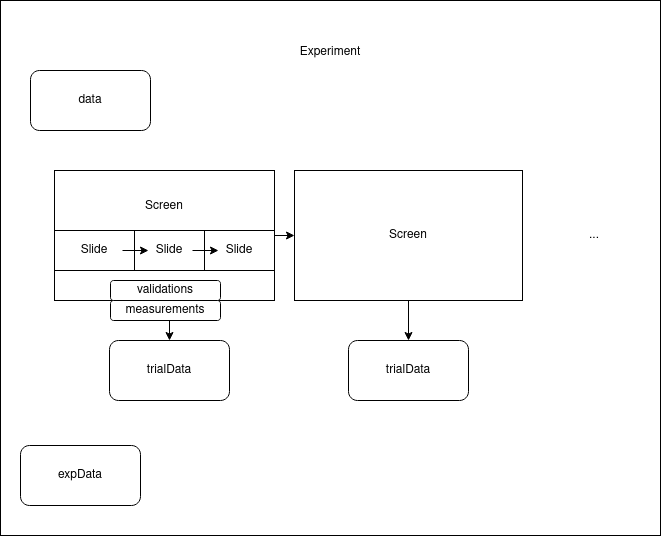
Before: docs/images/getting_started/experiments_schema.png, a diagram exported from draw.io (magpie-ea/magpie-v3-docs). Source tidied: cells renumbered, new cells last; positions are measured from the earlier drawing's top-left corner, leaving out a move shared by most shapes. Source of this version:
```xml
<mxGraphModel>
  <root>
    <mxCell id="0" />
    <mxCell id="1" parent="0" />
    <mxCell id="2" value="&lt;div&gt;Experiment&lt;/div&gt;&lt;div&gt;&lt;br&gt;&lt;/div&gt;&lt;div&gt;&lt;br&gt;&lt;/div&gt;&lt;div&gt;&lt;br&gt;&lt;/div&gt;&lt;div&gt;&lt;br&gt;&lt;/div&gt;&lt;div&gt;&lt;br&gt;&lt;/div&gt;&lt;div&gt;&lt;br&gt;&lt;/div&gt;&lt;div&gt;&lt;br&gt;&lt;/div&gt;&lt;div&gt;&lt;br&gt;&lt;/div&gt;&lt;div&gt;&lt;br&gt;&lt;/div&gt;&lt;div&gt;&lt;br&gt;&lt;/div&gt;&lt;div&gt;&lt;br&gt;&lt;/div&gt;&lt;div&gt;&lt;br&gt;&lt;/div&gt;&lt;div&gt;&lt;br&gt;&lt;/div&gt;&lt;div&gt;&lt;br&gt;&lt;/div&gt;&lt;div&gt;&lt;br&gt;&lt;/div&gt;&lt;div&gt;&lt;br&gt;&lt;/div&gt;&lt;div&gt;&lt;br&gt;&lt;/div&gt;&lt;div&gt;&lt;br&gt;&lt;/div&gt;&lt;div&gt;&lt;br&gt;&lt;/div&gt;&lt;div&gt;&lt;br&gt;&lt;/div&gt;&lt;div&gt;&lt;br&gt;&lt;/div&gt;&lt;div&gt;&lt;br&gt;&lt;/div&gt;&lt;div&gt;&lt;br&gt;&lt;/div&gt;&lt;div&gt;&lt;br&gt;&lt;/div&gt;&lt;div&gt;&lt;br&gt;&lt;/div&gt;&lt;div&gt;&lt;br&gt;&lt;/div&gt;&lt;div&gt;&lt;br&gt;&lt;/div&gt;&lt;div&gt;&lt;br&gt;&lt;/div&gt;&lt;div&gt;&lt;br&gt;&lt;/div&gt;&lt;div&gt;&lt;br&gt;&lt;/div&gt;" style="rounded=0;whiteSpace=wrap;html=1;" parent="1" vertex="1">
      <mxGeometry width="660" height="535" as="geometry" />
    </mxCell>
    <mxCell id="3" style="edgeStyle=orthogonalEdgeStyle;rounded=0;jettySize=auto;html=1;exitX=0.5;exitY=1;exitDx=0;exitDy=0;entryX=0.5;entryY=0;entryDx=0;entryDy=0;" parent="1" edge="1" source="4" target="16">
      <mxGeometry relative="1" as="geometry" />
    </mxCell>
    <mxCell id="4" value="Screen" style="rounded=0;whiteSpace=wrap;html=1;" parent="1" vertex="1">
      <mxGeometry x="294" y="170" width="228" height="130" as="geometry" />
    </mxCell>
    <mxCell id="5" value="trialData" style="rounded=1;whiteSpace=wrap;html=1;" parent="1" vertex="1">
      <mxGeometry x="109" y="340" width="120" height="60" as="geometry" />
    </mxCell>
    <mxCell id="6" value="data" style="rounded=1;whiteSpace=wrap;html=1;" parent="1" vertex="1">
      <mxGeometry x="30" y="70" width="120" height="60" as="geometry" />
    </mxCell>
    <mxCell id="7" style="edgeStyle=orthogonalEdgeStyle;rounded=0;jettySize=auto;html=1;exitX=1;exitY=0.5;exitDx=0;exitDy=0;entryX=0;entryY=0.5;entryDx=0;entryDy=0;" parent="1" edge="1" source="8" target="4">
      <mxGeometry relative="1" as="geometry" />
    </mxCell>
    <mxCell id="8" value="&lt;div&gt;Screen&lt;/div&gt;&lt;div&gt;&lt;br&gt;&lt;/div&gt;&lt;div&gt;&lt;br&gt;&lt;/div&gt;&lt;div&gt;&lt;br&gt;&lt;/div&gt;&lt;div&gt;&lt;br&gt;&lt;/div&gt;" style="rounded=0;whiteSpace=wrap;html=1;" parent="1" vertex="1">
      <mxGeometry x="54" y="170" width="220" height="130" as="geometry" />
    </mxCell>
    <mxCell id="9" value="Slide" style="rounded=0;whiteSpace=wrap;html=1;" parent="1" vertex="1">
      <mxGeometry x="54" y="230" width="80" height="40" as="geometry" />
    </mxCell>
    <mxCell id="10" value="Slide" style="rounded=0;whiteSpace=wrap;html=1;" parent="1" vertex="1">
      <mxGeometry x="134" y="230" width="70" height="40" as="geometry" />
    </mxCell>
    <mxCell id="11" value="Slide" style="rounded=0;whiteSpace=wrap;html=1;" parent="1" vertex="1">
      <mxGeometry x="204" y="230" width="70" height="40" as="geometry" />
    </mxCell>
    <mxCell id="12" style="edgeStyle=orthogonalEdgeStyle;rounded=0;jettySize=auto;html=1;exitX=0.5;exitY=1;exitDx=0;exitDy=0;entryX=0.5;entryY=0;entryDx=0;entryDy=0;" parent="1" edge="1" source="13" target="5">
      <mxGeometry relative="1" as="geometry" />
    </mxCell>
    <mxCell id="13" value="measurements" style="rounded=1;whiteSpace=wrap;html=1;" parent="1" vertex="1">
      <mxGeometry x="110" y="300" width="110" height="20" as="geometry" />
    </mxCell>
    <mxCell id="14" value="validations" style="rounded=1;whiteSpace=wrap;html=1;" parent="1" vertex="1">
      <mxGeometry x="110" y="280" width="110" height="20" as="geometry" />
    </mxCell>
    <mxCell id="15" value="&lt;div&gt;expData&lt;/div&gt;" style="rounded=1;whiteSpace=wrap;html=1;" parent="1" vertex="1">
      <mxGeometry x="20" y="445" width="120" height="60" as="geometry" />
    </mxCell>
    <mxCell id="16" value="trialData" style="rounded=1;whiteSpace=wrap;html=1;" parent="1" vertex="1">
      <mxGeometry x="348" y="340" width="120" height="60" as="geometry" />
    </mxCell>
    <mxCell id="17" value="..." style="text;html=1;strokeColor=none;fillColor=none;align=center;verticalAlign=middle;whiteSpace=wrap;rounded=0;" parent="1" vertex="1">
      <mxGeometry x="574" y="225" width="40" height="20" as="geometry" />
    </mxCell>
    <mxCell id="18" style="endArrow=classic;html=1;" parent="1" edge="1">
      <mxGeometry relative="1" as="geometry">
        <mxPoint x="122" y="250" as="sourcePoint" />
        <mxPoint x="148" y="250" as="targetPoint" />
      </mxGeometry>
    </mxCell>
    <mxCell id="19" style="endArrow=classic;html=1;" parent="1" edge="1">
      <mxGeometry relative="1" as="geometry">
        <mxPoint x="192" y="250" as="sourcePoint" />
        <mxPoint x="218" y="250" as="targetPoint" />
      </mxGeometry>
    </mxCell>
  </root>
</mxGraphModel>
```
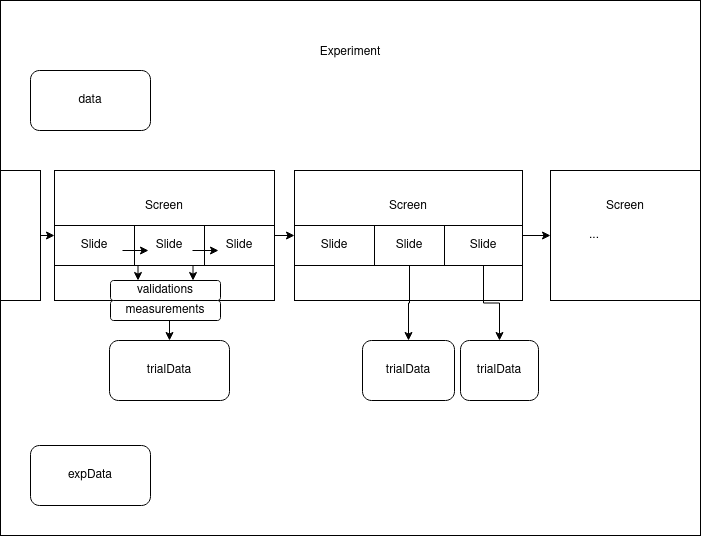
After the change.

Commit message:
Basics: More details and update schema

What changed in the source:
```diff
@@ -3,12 +3,9 @@
     <mxCell id="0" />
     <mxCell id="1" parent="0" />
     <mxCell id="2" value="&lt;div&gt;Experiment&lt;/div&gt;&lt;div&gt;&lt;br&gt;&lt;/div&gt;&lt;div&gt;&lt;br&gt;&lt;/div&gt;&lt;div&gt;&lt;br&gt;&lt;/div&gt;&lt;div&gt;&lt;br&gt;&lt;/div&gt;&lt;div&gt;&lt;br&gt;&lt;/div&gt;&lt;div&gt;&lt;br&gt;&lt;/div&gt;&lt;div&gt;&lt;br&gt;&lt;/div&gt;&lt;div&gt;&lt;br&gt;&lt;/div&gt;&lt;div&gt;&lt;br&gt;&lt;/div&gt;&lt;div&gt;&lt;br&gt;&lt;/div&gt;&lt;div&gt;&lt;br&gt;&lt;/div&gt;&lt;div&gt;&lt;br&gt;&lt;/div&gt;&lt;div&gt;&lt;br&gt;&lt;/div&gt;&lt;div&gt;&lt;br&gt;&lt;/div&gt;&lt;div&gt;&lt;br&gt;&lt;/div&gt;&lt;div&gt;&lt;br&gt;&lt;/div&gt;&lt;div&gt;&lt;br&gt;&lt;/div&gt;&lt;div&gt;&lt;br&gt;&lt;/div&gt;&lt;div&gt;&lt;br&gt;&lt;/div&gt;&lt;div&gt;&lt;br&gt;&lt;/div&gt;&lt;div&gt;&lt;br&gt;&lt;/div&gt;&lt;div&gt;&lt;br&gt;&lt;/div&gt;&lt;div&gt;&lt;br&gt;&lt;/div&gt;&lt;div&gt;&lt;br&gt;&lt;/div&gt;&lt;div&gt;&lt;br&gt;&lt;/div&gt;&lt;div&gt;&lt;br&gt;&lt;/div&gt;&lt;div&gt;&lt;br&gt;&lt;/div&gt;&lt;div&gt;&lt;br&gt;&lt;/div&gt;&lt;div&gt;&lt;br&gt;&lt;/div&gt;&lt;div&gt;&lt;br&gt;&lt;/div&gt;" style="rounded=0;whiteSpace=wrap;html=1;" parent="1" vertex="1">
-      <mxGeometry width="660" height="535" as="geometry" />
+      <mxGeometry width="700" height="535" as="geometry" />
     </mxCell>
-    <mxCell id="3" style="edgeStyle=orthogonalEdgeStyle;rounded=0;jettySize=auto;html=1;exitX=0.5;exitY=1;exitDx=0;exitDy=0;entryX=0.5;entryY=0;entryDx=0;entryDy=0;" parent="1" edge="1" source="4" target="16">
-      <mxGeometry relative="1" as="geometry" />
-    </mxCell>
-    <mxCell id="4" value="Screen" style="rounded=0;whiteSpace=wrap;html=1;" parent="1" vertex="1">
+    <mxCell id="4" value="&lt;div&gt;Screen&lt;/div&gt;&lt;div&gt;&lt;br&gt;&lt;/div&gt;&lt;div&gt;&lt;br&gt;&lt;/div&gt;&lt;div&gt;&lt;br&gt;&lt;/div&gt;&lt;div&gt;&lt;br&gt;&lt;/div&gt;" style="rounded=0;whiteSpace=wrap;html=1;" parent="1" vertex="1">
       <mxGeometry x="294" y="170" width="228" height="130" as="geometry" />
     </mxCell>
     <mxCell id="5" value="trialData" style="rounded=1;whiteSpace=wrap;html=1;" parent="1" vertex="1">
@@ -24,13 +21,13 @@
       <mxGeometry x="54" y="170" width="220" height="130" as="geometry" />
     </mxCell>
     <mxCell id="9" value="Slide" style="rounded=0;whiteSpace=wrap;html=1;" parent="1" vertex="1">
-      <mxGeometry x="54" y="230" width="80" height="40" as="geometry" />
+      <mxGeometry x="54" y="225" width="80" height="40" as="geometry" />
     </mxCell>
     <mxCell id="10" value="Slide" style="rounded=0;whiteSpace=wrap;html=1;" parent="1" vertex="1">
-      <mxGeometry x="134" y="230" width="70" height="40" as="geometry" />
+      <mxGeometry x="134" y="225" width="70" height="40" as="geometry" />
     </mxCell>
     <mxCell id="11" value="Slide" style="rounded=0;whiteSpace=wrap;html=1;" parent="1" vertex="1">
-      <mxGeometry x="204" y="230" width="70" height="40" as="geometry" />
+      <mxGeometry x="204" y="225" width="70" height="40" as="geometry" />
     </mxCell>
     <mxCell id="12" style="edgeStyle=orthogonalEdgeStyle;rounded=0;jettySize=auto;html=1;exitX=0.5;exitY=1;exitDx=0;exitDy=0;entryX=0.5;entryY=0;entryDx=0;entryDy=0;" parent="1" edge="1" source="13" target="5">
       <mxGeometry relative="1" as="geometry" />
@@ -42,14 +39,8 @@
       <mxGeometry x="110" y="280" width="110" height="20" as="geometry" />
     </mxCell>
     <mxCell id="15" value="&lt;div&gt;expData&lt;/div&gt;" style="rounded=1;whiteSpace=wrap;html=1;" parent="1" vertex="1">
-      <mxGeometry x="20" y="445" width="120" height="60" as="geometry" />
+      <mxGeometry x="30" y="445" width="120" height="60" as="geometry" />
     </mxCell>
-    <mxCell id="16" value="trialData" style="rounded=1;whiteSpace=wrap;html=1;" parent="1" vertex="1">
-      <mxGeometry x="348" y="340" width="120" height="60" as="geometry" />
-    </mxCell>
-    <mxCell id="17" value="..." style="text;html=1;strokeColor=none;fillColor=none;align=center;verticalAlign=middle;whiteSpace=wrap;rounded=0;" parent="1" vertex="1">
-      <mxGeometry x="574" y="225" width="40" height="20" as="geometry" />
-    </mxCell>
     <mxCell id="18" style="endArrow=classic;html=1;" parent="1" edge="1">
       <mxGeometry relative="1" as="geometry">
         <mxPoint x="122" y="250" as="sourcePoint" />
@@ -62,5 +53,47 @@
         <mxPoint x="218" y="250" as="targetPoint" />
       </mxGeometry>
     </mxCell>
+    <mxCell id="20" value="Slide" style="rounded=0;whiteSpace=wrap;html=1;" parent="1" vertex="1">
+      <mxGeometry x="294" y="225" width="80" height="40" as="geometry" />
+    </mxCell>
+    <mxCell id="21" value="Slide" style="rounded=0;whiteSpace=wrap;html=1;" parent="1" vertex="1">
+      <mxGeometry x="374" y="225" width="70" height="40" as="geometry" />
+    </mxCell>
+    <mxCell id="22" value="Slide" style="rounded=0;whiteSpace=wrap;html=1;" parent="1" vertex="1">
+      <mxGeometry x="444" y="225" width="78" height="40" as="geometry" />
+    </mxCell>
+    <mxCell id="3" style="edgeStyle=orthogonalEdgeStyle;rounded=0;jettySize=auto;html=1;entryX=0.5;entryY=0;entryDx=0;entryDy=0;exitX=0.5;exitY=1;exitDx=0;exitDy=0;" parent="1" edge="1" source="21" target="16">
+      <mxGeometry relative="1" as="geometry" />
+    </mxCell>
+    <mxCell id="23" style="edgeStyle=orthogonalEdgeStyle;rounded=0;jettySize=auto;html=1;exitX=0.5;exitY=1;exitDx=0;exitDy=0;" parent="1" edge="1" source="22" target="24">
+      <mxGeometry relative="1" as="geometry" />
+    </mxCell>
+    <mxCell id="24" value="trialData" style="rounded=1;whiteSpace=wrap;html=1;" parent="1" vertex="1">
+      <mxGeometry x="460" y="340" width="78" height="60" as="geometry" />
+    </mxCell>
+    <mxCell id="16" value="trialData" style="rounded=1;whiteSpace=wrap;html=1;" parent="1" vertex="1">
+      <mxGeometry x="362" y="340" width="92" height="60" as="geometry" />
+    </mxCell>
+    <mxCell id="25" value="&lt;div&gt;Screen&lt;/div&gt;&lt;div&gt;&lt;br&gt;&lt;/div&gt;&lt;div&gt;&lt;br&gt;&lt;/div&gt;&lt;div&gt;&lt;br&gt;&lt;/div&gt;&lt;div&gt;&lt;br&gt;&lt;/div&gt;" style="rounded=0;whiteSpace=wrap;html=1;" parent="1" vertex="1">
+      <mxGeometry x="550" y="170" width="150" height="130" as="geometry" />
+    </mxCell>
+    <mxCell id="17" value="..." style="text;html=1;strokeColor=none;fillColor=none;align=center;verticalAlign=middle;whiteSpace=wrap;rounded=0;" parent="1" vertex="1">
+      <mxGeometry x="574" y="225" width="40" height="20" as="geometry" />
+    </mxCell>
+    <mxCell id="26" style="edgeStyle=orthogonalEdgeStyle;rounded=0;jettySize=auto;html=1;entryX=0;entryY=0.5;entryDx=0;entryDy=0;exitX=1;exitY=0.5;exitDx=0;exitDy=0;" parent="1" edge="1" source="4" target="25">
+      <mxGeometry relative="1" as="geometry" />
+    </mxCell>
+    <mxCell id="27" style="rounded=0;whiteSpace=wrap;html=1;" parent="1" vertex="1">
+      <mxGeometry y="170" width="40" height="130" as="geometry" />
+    </mxCell>
+    <mxCell id="28" style="edgeStyle=orthogonalEdgeStyle;rounded=0;jettySize=auto;html=1;entryX=0;entryY=0.5;entryDx=0;entryDy=0;exitX=1;exitY=0.5;exitDx=0;exitDy=0;" parent="1" edge="1" source="27" target="8">
+      <mxGeometry relative="1" as="geometry" />
+    </mxCell>
+    <mxCell id="29" style="edgeStyle=orthogonalEdgeStyle;rounded=0;jettySize=auto;html=1;entryX=0.25;entryY=0;entryDx=0;entryDy=0;exitX=1;exitY=1;exitDx=0;exitDy=0;" parent="1" edge="1" source="9" target="14">
+      <mxGeometry relative="1" as="geometry" />
+    </mxCell>
+    <mxCell id="30" style="edgeStyle=orthogonalEdgeStyle;rounded=0;jettySize=auto;html=1;entryX=0.75;entryY=0;entryDx=0;entryDy=0;exitX=0;exitY=1;exitDx=0;exitDy=0;" parent="1" edge="1" source="11" target="14">
+      <mxGeometry relative="1" as="geometry" />
+    </mxCell>
   </root>
 </mxGraphModel>
```
